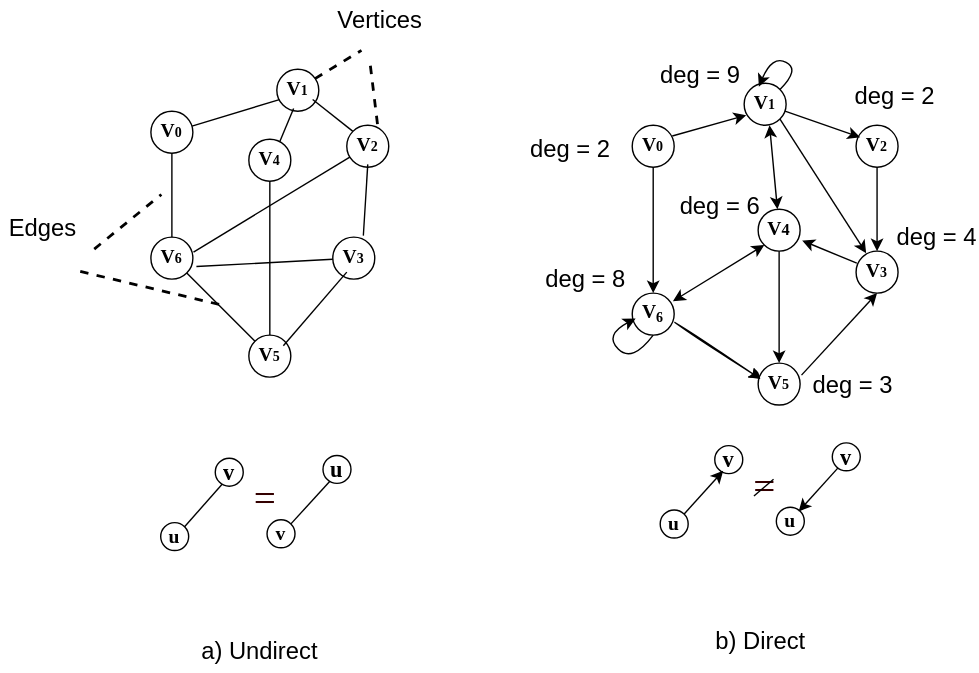
Above: docs-src/modules/ROOT/assets/images/section_9/Fig9_1_exampleGraph.svg in ISA-1941/DrakonJs-Docs (draw.io), before the change. Source tidied: cells renumbered, new cells last; positions are measured from the earlier drawing's top-left corner, leaving out a move shared by most shapes.
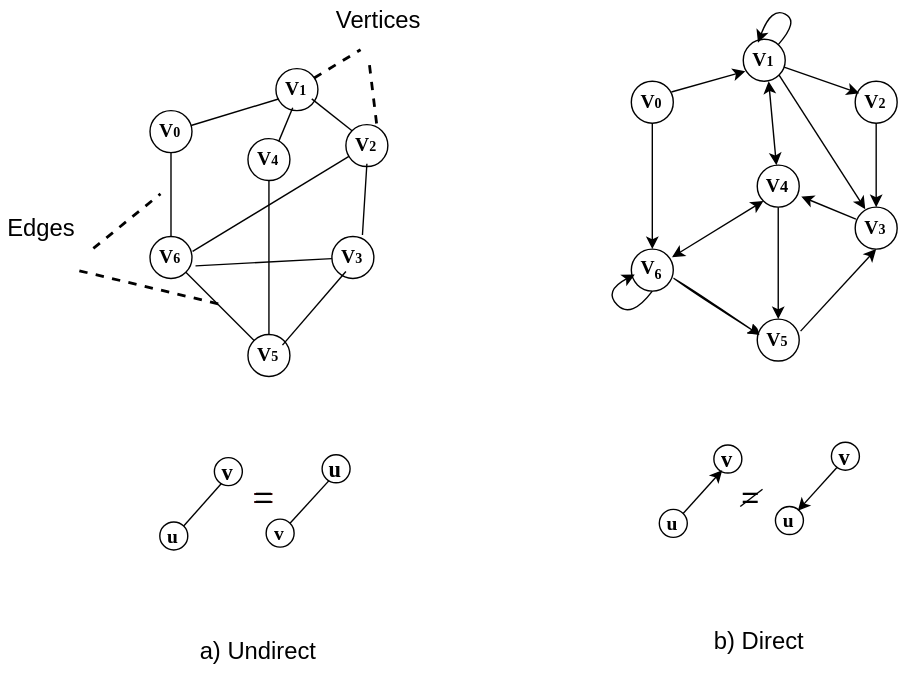
Later version of the same file.

Change to the diagram source:
```diff
@@ -3,22 +3,22 @@
     <mxCell id="0" />
     <mxCell id="1" parent="0" />
     <mxCell id="2" value="&lt;span style=&quot;font-family: &amp;quot;Times New Roman&amp;quot;; font-size: 14px; font-weight: 700;&quot;&gt;V&lt;/span&gt;&lt;span style=&quot;font-family: &amp;quot;Times New Roman&amp;quot;; font-weight: 700; font-size: 10px;&quot;&gt;0&lt;/span&gt;" style="ellipse;whiteSpace=wrap;html=1;hachureGap=4;fontFamily=Architects Daughter;fontSource=https%3A%2F%2Ffonts.googleapis.com%2Fcss%3Ffamily%3DArchitects%2BDaughter;labelBackgroundColor=none;" parent="1" vertex="1">
-      <mxGeometry x="451" y="89" width="30" height="30" as="geometry" />
+      <mxGeometry x="451" y="58" width="30" height="30" as="geometry" />
     </mxCell>
     <mxCell id="3" value="&lt;span style=&quot;font-family: &amp;quot;Times New Roman&amp;quot;; font-size: 14px; font-weight: 700;&quot;&gt;V&lt;/span&gt;&lt;span style=&quot;font-family: &amp;quot;Times New Roman&amp;quot;; font-weight: 700; font-size: 10px;&quot;&gt;5&lt;/span&gt;" style="ellipse;whiteSpace=wrap;html=1;hachureGap=4;fontFamily=Architects Daughter;fontSource=https%3A%2F%2Ffonts.googleapis.com%2Fcss%3Ffamily%3DArchitects%2BDaughter;labelBackgroundColor=none;" parent="1" vertex="1">
-      <mxGeometry x="541" y="259" width="30" height="30" as="geometry" />
+      <mxGeometry x="541" y="228" width="30" height="30" as="geometry" />
     </mxCell>
     <mxCell id="4" value="&lt;span style=&quot;font-family: &amp;quot;Times New Roman&amp;quot;; font-size: 14px; font-weight: 700;&quot;&gt;V&lt;/span&gt;&lt;span style=&quot;font-family: &amp;quot;Times New Roman&amp;quot;; font-weight: 700; font-size: 10px;&quot;&gt;3&lt;/span&gt;" style="ellipse;whiteSpace=wrap;html=1;hachureGap=4;fontFamily=Architects Daughter;fontSource=https%3A%2F%2Ffonts.googleapis.com%2Fcss%3Ffamily%3DArchitects%2BDaughter;labelBackgroundColor=none;" parent="1" vertex="1">
-      <mxGeometry x="611" y="179" width="30" height="30" as="geometry" />
+      <mxGeometry x="611" y="148" width="30" height="30" as="geometry" />
     </mxCell>
     <mxCell id="5" value="&lt;span style=&quot;font-family: &amp;quot;Times New Roman&amp;quot;; font-size: 14px; font-weight: 700;&quot;&gt;V&lt;/span&gt;&lt;span style=&quot;font-family: &amp;quot;Times New Roman&amp;quot;; font-weight: 700; font-size: 10px;&quot;&gt;1&lt;/span&gt;" style="ellipse;whiteSpace=wrap;html=1;hachureGap=4;fontFamily=Architects Daughter;fontSource=https%3A%2F%2Ffonts.googleapis.com%2Fcss%3Ffamily%3DArchitects%2BDaughter;labelBackgroundColor=none;" parent="1" vertex="1">
-      <mxGeometry x="531" y="59" width="30" height="30" as="geometry" />
+      <mxGeometry x="531" y="28" width="30" height="30" as="geometry" />
     </mxCell>
     <mxCell id="6" value="&lt;span style=&quot;font-family: &amp;quot;Times New Roman&amp;quot;; font-size: 14px; font-weight: 700;&quot;&gt;V&lt;/span&gt;&lt;sub style=&quot;font-family: &amp;quot;Times New Roman&amp;quot;; font-weight: 700;&quot;&gt;6&lt;/sub&gt;" style="ellipse;whiteSpace=wrap;html=1;hachureGap=4;fontFamily=Architects Daughter;fontSource=https%3A%2F%2Ffonts.googleapis.com%2Fcss%3Ffamily%3DArchitects%2BDaughter;labelBackgroundColor=none;" parent="1" vertex="1">
-      <mxGeometry x="451" y="209" width="30" height="30" as="geometry" />
+      <mxGeometry x="451" y="178" width="30" height="30" as="geometry" />
     </mxCell>
     <mxCell id="7" value="&lt;h6&gt;&lt;font style=&quot;font-size: 14px;&quot; face=&quot;Times New Roman&quot;&gt;V&lt;/font&gt;&lt;font style=&quot;font-size: 11.6667px;&quot; face=&quot;Times New Roman&quot;&gt;4&lt;/font&gt;&lt;/h6&gt;" style="ellipse;whiteSpace=wrap;html=1;hachureGap=4;fontFamily=Architects Daughter;fontSource=https%3A%2F%2Ffonts.googleapis.com%2Fcss%3Ffamily%3DArchitects%2BDaughter;labelBackgroundColor=none;" parent="1" vertex="1">
-      <mxGeometry x="541" y="149" width="30" height="30" as="geometry" />
+      <mxGeometry x="541" y="118" width="30" height="30" as="geometry" />
     </mxCell>
     <mxCell id="8" style="endArrow=classic;html=1;rounded=0;sketch=1;hachureGap=4;jiggle=2;curveFitting=1;fontFamily=Architects Daughter;fontSource=https%3A%2F%2Ffonts.googleapis.com%2Fcss%3Ffamily%3DArchitects%2BDaughter;exitX=1.017;exitY=0.7;exitDx=0;exitDy=0;exitPerimeter=0;entryX=0.065;entryY=0.383;entryDx=0;entryDy=0;entryPerimeter=0;labelBackgroundColor=none;fontColor=default;" parent="1" edge="1" source="6" target="3">
       <mxGeometry relative="1" as="geometry" />
@@ -50,21 +50,21 @@
     <mxCell id="17" style="curved=1;endArrow=classic;html=1;rounded=0;hachureGap=4;fontFamily=Architects Daughter;fontSource=https%3A%2F%2Ffonts.googleapis.com%2Fcss%3Ffamily%3DArchitects%2BDaughter;entryX=0.351;entryY=0.081;entryDx=0;entryDy=0;entryPerimeter=0;labelBackgroundColor=none;fontColor=default;" parent="1" edge="1" source="5" target="5">
       <mxGeometry relative="1" as="geometry">
         <Array as="points">
-          <mxPoint x="571" y="49" />
-          <mxPoint x="551" y="39" />
+          <mxPoint x="571" y="15" />
+          <mxPoint x="551" y="5" />
         </Array>
       </mxGeometry>
     </mxCell>
     <mxCell id="18" style="curved=1;endArrow=classic;html=1;rounded=0;hachureGap=4;fontFamily=Architects Daughter;fontSource=https%3A%2F%2Ffonts.googleapis.com%2Fcss%3Ffamily%3DArchitects%2BDaughter;entryX=0.081;entryY=0.605;entryDx=0;entryDy=0;entryPerimeter=0;exitX=0.5;exitY=1;exitDx=0;exitDy=0;labelBackgroundColor=none;fontColor=default;" parent="1" edge="1" source="6" target="6">
       <mxGeometry relative="1" as="geometry">
         <Array as="points">
-          <mxPoint x="451" y="259" />
-          <mxPoint x="431" y="239" />
+          <mxPoint x="451" y="228" />
+          <mxPoint x="431" y="208" />
         </Array>
       </mxGeometry>
     </mxCell>
     <mxCell id="19" value="&lt;span style=&quot;font-family: &amp;quot;Times New Roman&amp;quot;; font-size: 14px; font-weight: 700;&quot;&gt;V&lt;/span&gt;&lt;span style=&quot;font-family: &amp;quot;Times New Roman&amp;quot;; font-weight: 700; font-size: 10px;&quot;&gt;2&lt;/span&gt;" style="ellipse;whiteSpace=wrap;html=1;hachureGap=4;fontFamily=Architects Daughter;fontSource=https%3A%2F%2Ffonts.googleapis.com%2Fcss%3Ffamily%3DArchitects%2BDaughter;labelBackgroundColor=none;" parent="1" vertex="1">
-      <mxGeometry x="611" y="89" width="30" height="30" as="geometry" />
+      <mxGeometry x="611" y="58" width="30" height="30" as="geometry" />
     </mxCell>
     <mxCell id="20" style="endArrow=classic;html=1;rounded=0;hachureGap=4;fontFamily=Architects Daughter;fontSource=https%3A%2F%2Ffonts.googleapis.com%2Fcss%3Ffamily%3DArchitects%2BDaughter;entryX=0.097;entryY=0.287;entryDx=0;entryDy=0;entryPerimeter=0;labelBackgroundColor=none;fontColor=default;" parent="1" edge="1" source="5" target="19">
       <mxGeometry relative="1" as="geometry" />
@@ -192,9 +192,6 @@
     <mxCell id="53" value="&lt;font face=&quot;Times New Roman&quot;&gt;&lt;span style=&quot;font-size: 16px;&quot;&gt;&lt;b&gt;v&lt;/b&gt;&lt;/span&gt;&lt;/font&gt;" style="ellipse;whiteSpace=wrap;html=1;hachureGap=4;fontFamily=Architects Daughter;fontSource=https%3A%2F%2Ffonts.googleapis.com%2Fcss%3Ffamily%3DArchitects%2BDaughter;labelBackgroundColor=none;" parent="1" vertex="1">
       <mxGeometry x="594" y="316" width="20" height="20" as="geometry" />
     </mxCell>
-    <mxCell id="54" value="&lt;font face=&quot;Times New Roman&quot; color=&quot;#330000&quot;&gt;&lt;span style=&quot;font-size: 28px;&quot;&gt;=&lt;/span&gt;&lt;/font&gt;" style="text;html=1;align=center;verticalAlign=middle;whiteSpace=wrap;rounded=0;fontFamily=Architects Daughter;fontSource=https%3A%2F%2Ffonts.googleapis.com%2Fcss%3Ffamily%3DArchitects%2BDaughter;labelBackgroundColor=none;" parent="1" vertex="1">
-      <mxGeometry x="516" y="332" width="60" height="30" as="geometry" />
-    </mxCell>
     <mxCell id="55" style="endArrow=classic;html=1;rounded=0;hachureGap=4;fontFamily=Architects Daughter;fontSource=https%3A%2F%2Ffonts.googleapis.com%2Fcss%3Ffamily%3DArchitects%2BDaughter;labelBackgroundColor=none;fontColor=default;" parent="1" edge="1">
       <mxGeometry relative="1" as="geometry">
         <mxPoint x="488" y="367" as="sourcePoint" />
@@ -207,10 +204,10 @@
         <mxPoint x="570" y="365" as="targetPoint" />
       </mxGeometry>
     </mxCell>
-    <mxCell id="57" style="endArrow=none;html=1;rounded=0;hachureGap=4;fontFamily=Architects Daughter;fontSource=https%3A%2F%2Ffonts.googleapis.com%2Fcss%3Ffamily%3DArchitects%2BDaughter;labelBackgroundColor=none;fontColor=default;" parent="1" edge="1">
+    <mxCell id="57" style="endArrow=none;html=1;rounded=0;hachureGap=4;fontFamily=Architects Daughter;fontSource=https%3A%2F%2Ffonts.googleapis.com%2Fcss%3Ffamily%3DArchitects%2BDaughter;labelBackgroundColor=none;fontColor=default;fontSize=18;" parent="1" edge="1">
       <mxGeometry relative="1" as="geometry">
-        <mxPoint x="538" y="354" as="sourcePoint" />
-        <mxPoint x="552" y="342" as="targetPoint" />
+        <mxPoint x="544.8" y="349.6" as="sourcePoint" />
+        <mxPoint x="528.9" y="362" as="targetPoint" />
       </mxGeometry>
     </mxCell>
     <mxCell id="58" value="&lt;font style=&quot;font-size: 17px;&quot;&gt;a) Undirect&lt;/font&gt;" style="text;html=1;whiteSpace=wrap;strokeColor=none;fillColor=none;align=center;verticalAlign=middle;rounded=0;" parent="1" vertex="1">
@@ -225,26 +222,11 @@
     <mxCell id="61" value="&lt;span style=&quot;font-size: 17px;&quot;&gt;Vertices&lt;/span&gt;" style="text;html=1;whiteSpace=wrap;strokeColor=none;fillColor=none;align=center;verticalAlign=middle;rounded=0;" parent="1" vertex="1">
       <mxGeometry x="241" width="60" height="30" as="geometry" />
     </mxCell>
-    <mxCell id="62" value="&lt;font style=&quot;font-size: 17px;&quot;&gt;deg = 2&lt;/font&gt;" style="text;html=1;whiteSpace=wrap;strokeColor=none;fillColor=none;align=center;verticalAlign=middle;rounded=0;" parent="1" vertex="1">
-      <mxGeometry x="377" y="92" width="60" height="30" as="geometry" />
-    </mxCell>
-    <mxCell id="63" value="&lt;font style=&quot;font-size: 17px;&quot;&gt;deg = 9&lt;/font&gt;" style="text;html=1;whiteSpace=wrap;strokeColor=none;fillColor=none;align=center;verticalAlign=middle;rounded=0;" parent="1" vertex="1">
-      <mxGeometry x="470" y="39" width="60" height="30" as="geometry" />
-    </mxCell>
-    <mxCell id="64" value="&lt;font style=&quot;font-size: 17px;&quot;&gt;deg = 2&lt;/font&gt;" style="text;html=1;whiteSpace=wrap;strokeColor=none;fillColor=none;align=center;verticalAlign=middle;rounded=0;" parent="1" vertex="1">
-      <mxGeometry x="609" y="54" width="60" height="30" as="geometry" />
-    </mxCell>
-    <mxCell id="65" value="&lt;font style=&quot;font-size: 17px;&quot;&gt;deg = 4&lt;/font&gt;" style="text;html=1;whiteSpace=wrap;strokeColor=none;fillColor=none;align=center;verticalAlign=middle;rounded=0;" parent="1" vertex="1">
-      <mxGeometry x="639" y="155" width="60" height="30" as="geometry" />
-    </mxCell>
-    <mxCell id="66" value="&lt;font style=&quot;font-size: 17px;&quot;&gt;deg = 3&lt;/font&gt;" style="text;html=1;whiteSpace=wrap;strokeColor=none;fillColor=none;align=center;verticalAlign=middle;rounded=0;" parent="1" vertex="1">
-      <mxGeometry x="579" y="261" width="60" height="30" as="geometry" />
-    </mxCell>
-    <mxCell id="67" value="&lt;font style=&quot;font-size: 17px;&quot;&gt;deg = 8&lt;/font&gt;" style="text;html=1;whiteSpace=wrap;strokeColor=none;fillColor=none;align=center;verticalAlign=middle;rounded=0;" parent="1" vertex="1">
-      <mxGeometry x="388" y="185" width="60" height="30" as="geometry" />
-    </mxCell>
-    <mxCell id="68" value="&lt;font style=&quot;font-size: 17px;&quot;&gt;deg = 6&lt;/font&gt;" style="text;html=1;whiteSpace=wrap;strokeColor=none;fillColor=none;align=center;verticalAlign=middle;rounded=0;" parent="1" vertex="1">
-      <mxGeometry x="484" y="133" width="60" height="30" as="geometry" />
-    </mxCell>
+    <mxCell id="69" value="&lt;font style=&quot;font-size: 22px;&quot;&gt;=&lt;/font&gt;" style="text;html=1;whiteSpace=wrap;strokeColor=none;fillColor=none;align=center;verticalAlign=middle;rounded=0;" parent="1" vertex="1">
+      <mxGeometry x="159" y="341" width="60" height="30" as="geometry" />
+    </mxCell>
+    <mxCell id="70" value="&lt;font style=&quot;font-size: 22px;&quot;&gt;=&lt;/font&gt;" style="text;html=1;whiteSpace=wrap;strokeColor=none;fillColor=none;align=center;verticalAlign=middle;rounded=0;" parent="1" vertex="1">
+      <mxGeometry x="507" y="341" width="60" height="30" as="geometry" />
+    </mxCell>
   </root>
 </mxGraphModel>
```
